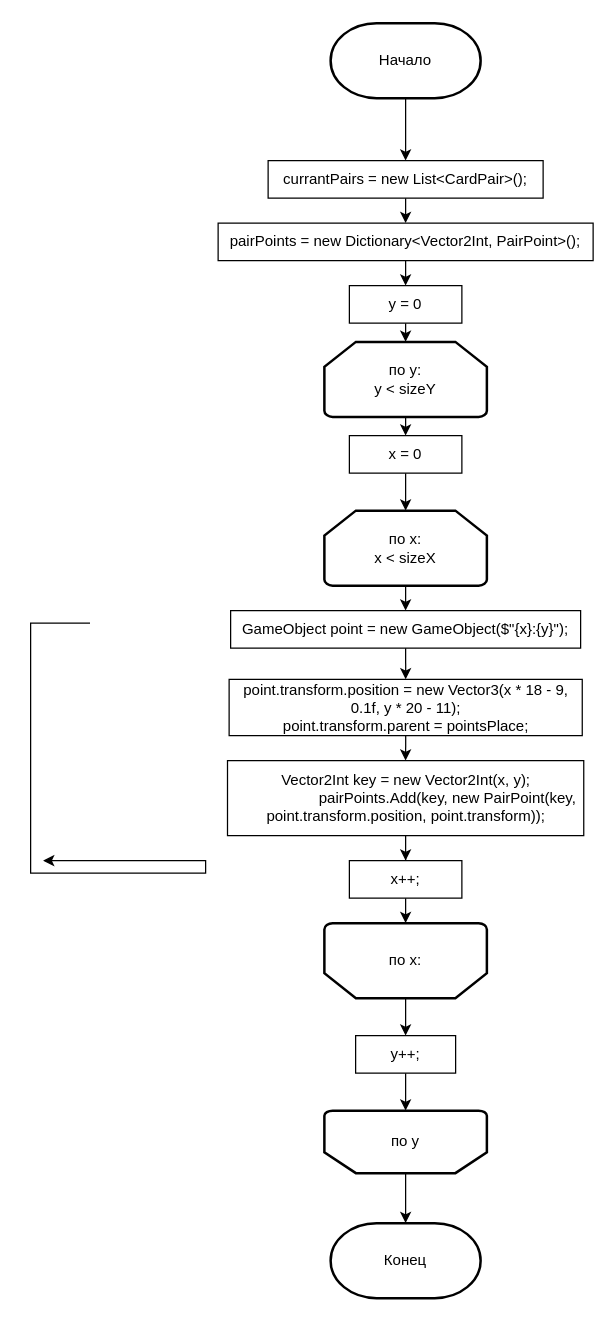
FranGranDev/CardGame keeps this draw.io diagram as page "PlaceCard" (3 of 3) of Documentation/Algoritm/Algorimts.drawio. Above is the earlier version. Source tidied: cells renumbered, new cells numbered last; positions are measured from the earlier drawing's top-left corner, leaving out a move shared by most shapes. Both pictures are drawn from the tidied source at 125%, with x=0, y=0 at pixel (30, 22).
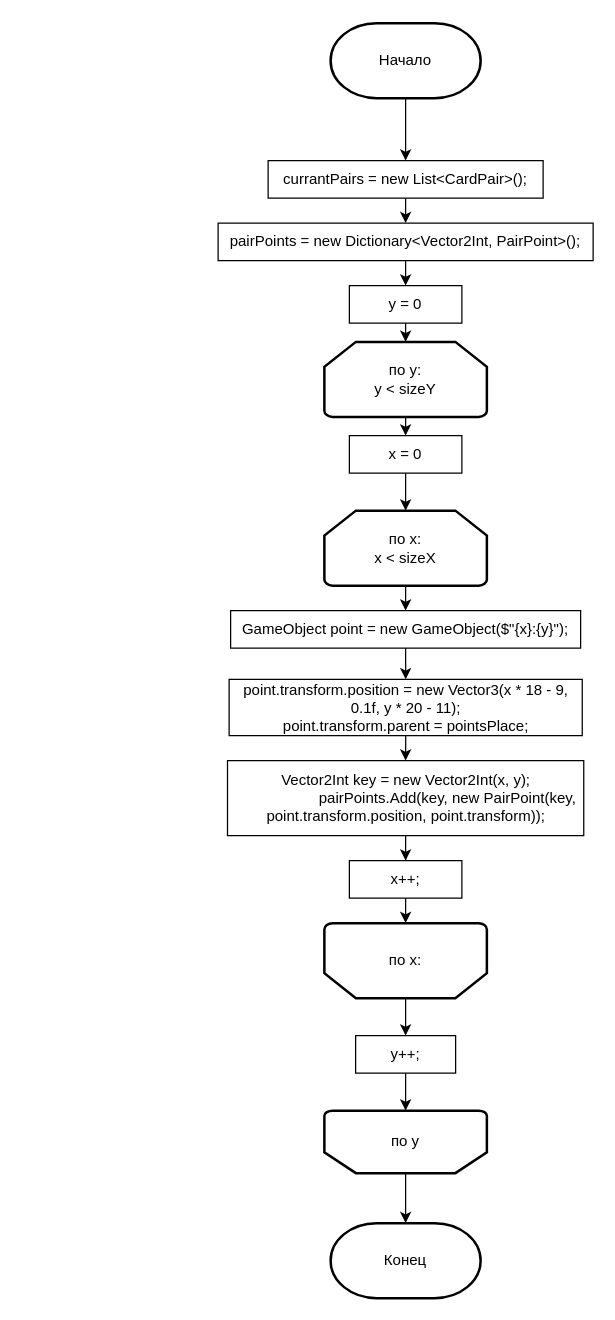
Above is the later version.

Diff of the diagram source:
```diff
@@
-    <mxCell id="4" style="edgeStyle=orthogonalEdgeStyle;rounded=0;orthogonalLoop=1;jettySize=auto;html=1;exitX=0;exitY=0.5;exitDx=0;exitDy=0;entryX=0.5;entryY=0;entryDx=0;entryDy=0;" parent="1" edge="1">
-      <mxGeometry relative="1" as="geometry">
-        <mxPoint x="47.5" y="480" as="sourcePoint" />
-        <mxPoint x="10" y="670" as="targetPoint" />
-        <Array as="points">
-          <mxPoint y="480" />
-          <mxPoint y="680" />
-          <mxPoint x="140" y="680" />
-        </Array>
-      </mxGeometry>
-    </mxCell>
```
